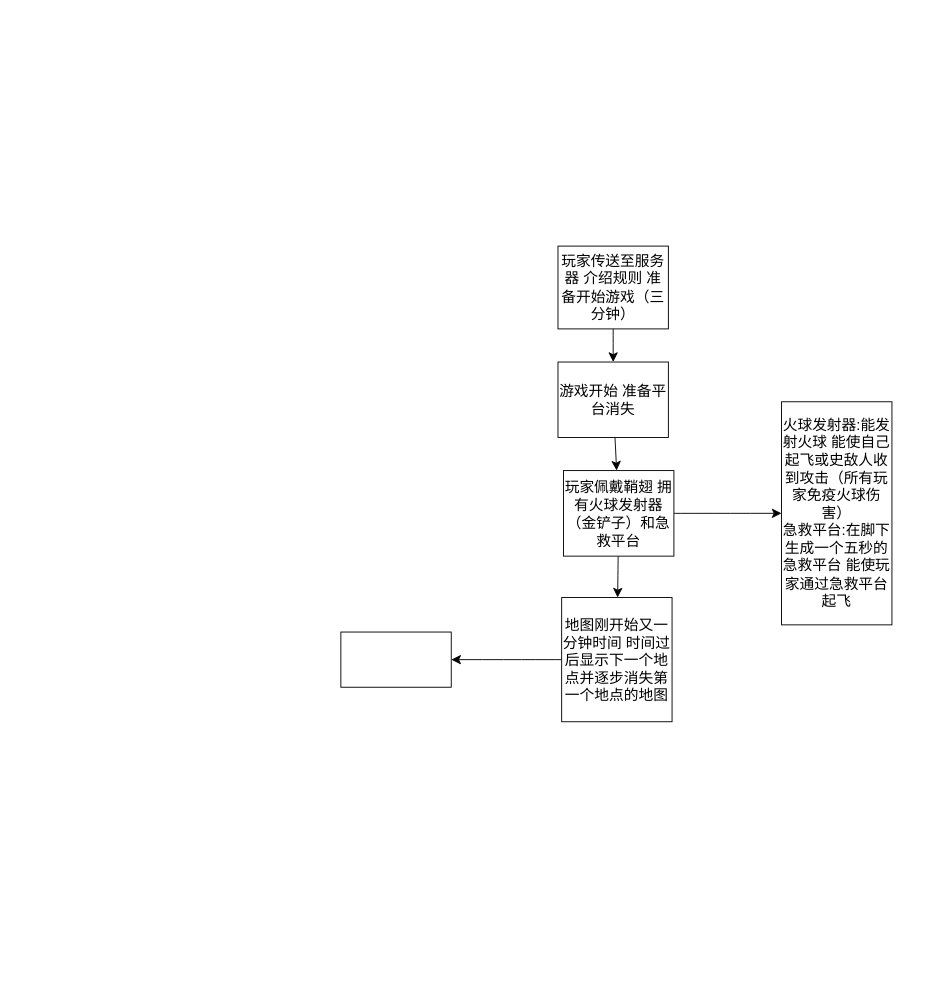
nothing-championship/what-it-this keeps this draw.io diagram as 小游戏/Rocket Spleef Rush.drawio. Above is the earlier version. Source tidied: cells renumbered, new cells numbered last; positions are measured from the earlier drawing's top-left corner, leaving out a move shared by most shapes. Both pictures are drawn from the tidied source at 92%, with x=0, y=0 at pixel (340, 246).
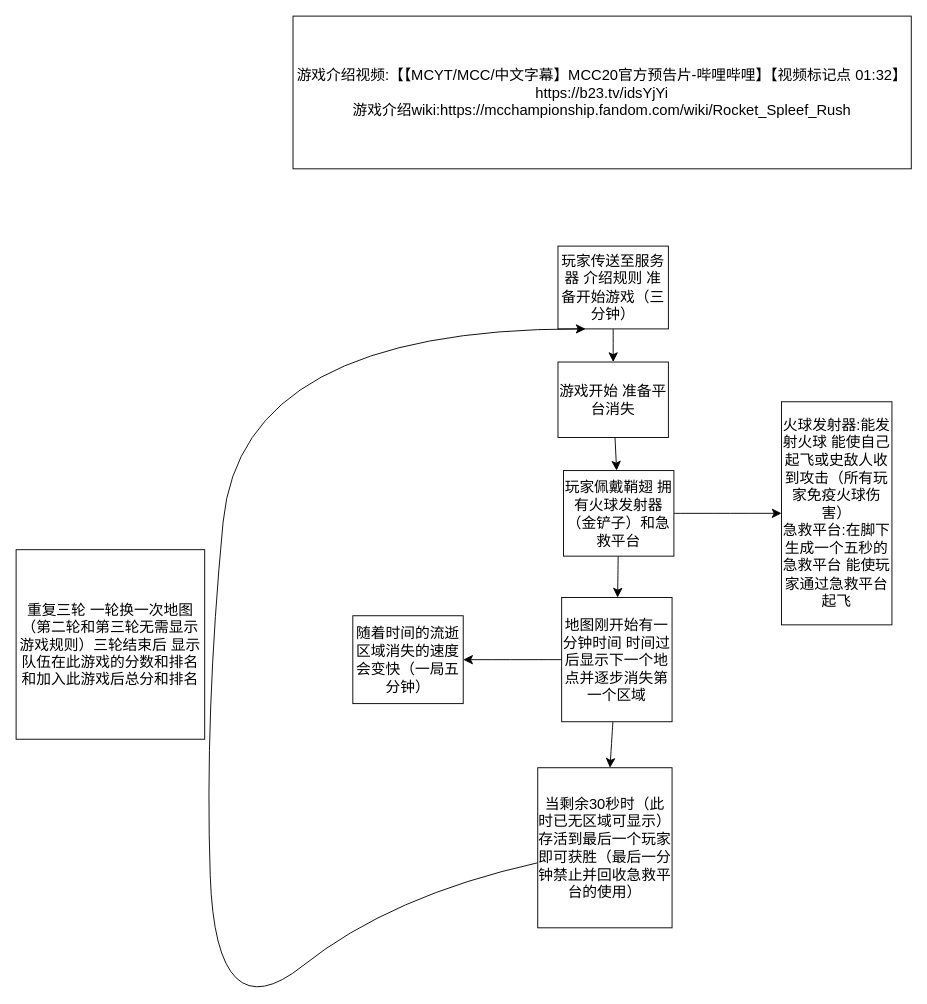
Above is the later version.

Unchanged cells that the change refers to:
```xml
<mxCell id="3" value="玩家传送至服务器 介绍规则 准备开始游戏（三分钟）" style="whiteSpace=wrap;html=1;fontSize=16;" parent="1" vertex="1">
  <mxGeometry x="236" width="120" height="90" as="geometry" />
</mxCell>
```

What changed in the source:
```diff
@@
+    <mxCell id="13" style="edgeStyle=none;curved=1;rounded=0;jettySize=auto;html=1;fontSize=12;startSize=8;endSize=8;" parent="1" edge="1" source="11" target="15">
+      <mxGeometry relative="1" as="geometry" />
+    </mxCell>
+    <mxCell id="11" value="地图刚开始有一分钟时间 时间过后显示下一个地点并逐步消失第一个区域" style="whiteSpace=wrap;html=1;fontSize=16;" parent="1" vertex="1">
+      <mxGeometry x="240" y="382" width="120" height="135" as="geometry" />
+    </mxCell>
@@
-    <mxCell id="11" value="地图刚开始又一分钟时间 时间过后显示下一个地点并逐步消失第一个地点的地图" style="whiteSpace=wrap;html=1;fontSize=16;" parent="1" vertex="1">
-      <mxGeometry x="240" y="382" width="120" height="135" as="geometry" />
-    </mxCell>
-    <mxCell id="12" style="whiteSpace=wrap;html=1;fontSize=16;" parent="1" vertex="1">
-      <mxGeometry y="419.5" width="120" height="60" as="geometry" />
+    <mxCell id="12" value="随着时间的流逝区域消失的速度会变快（一局五分钟）" style="whiteSpace=wrap;html=1;fontSize=16;" parent="1" vertex="1">
+      <mxGeometry x="13" y="401.8" width="120" height="95.5" as="geometry" />
     </mxCell>
+    <mxCell id="14" style="edgeStyle=none;curved=1;rounded=0;jettySize=auto;html=1;entryX=0.25;entryY=1;entryDx=0;entryDy=0;fontSize=12;startSize=8;endSize=8;" parent="1" edge="1" source="15" target="3">
+      <mxGeometry relative="1" as="geometry">
+        <Array as="points">
+          <mxPoint x="54" y="706" />
+          <mxPoint x="-136" y="858" />
+          <mxPoint x="-148" y="510" />
+          <mxPoint x="-108" y="90" />
+        </Array>
+      </mxGeometry>
+    </mxCell>
+    <mxCell id="15" value="当剩余30秒时（此时已无区域可显示）存活到最后一个玩家即可获胜（最后一分钟禁止并回收急救平台的使用）" style="whiteSpace=wrap;html=1;fontSize=16;" parent="1" vertex="1">
+      <mxGeometry x="214" y="567" width="146" height="174" as="geometry" />
+    </mxCell>
+    <mxCell id="16" value="重复三轮 一轮换一次地图（第二轮和第三轮无需显示游戏规则）三轮结束后 显示队伍在此游戏的分数和排名和加入此游戏后总分和排名&lt;br&gt;" style="whiteSpace=wrap;html=1;fontSize=16;" parent="1" vertex="1">
+      <mxGeometry x="-353" y="330" width="205" height="206" as="geometry" />
+    </mxCell>
+    <mxCell id="17" value="游戏介绍视频:【【MCYT/MCC/中文字幕】MCC20官方预告片-哔哩哔哩】【视频标记点 01:32】 https://b23.tv/idsYjYi&lt;br&gt;游戏介绍wiki:https://mcchampionship.fandom.com/wiki/Rocket_Spleef_Rush" style="whiteSpace=wrap;html=1;fontSize=16;" parent="1" vertex="1">
+      <mxGeometry x="-52" y="-250" width="672" height="166" as="geometry" />
+    </mxCell>
```
